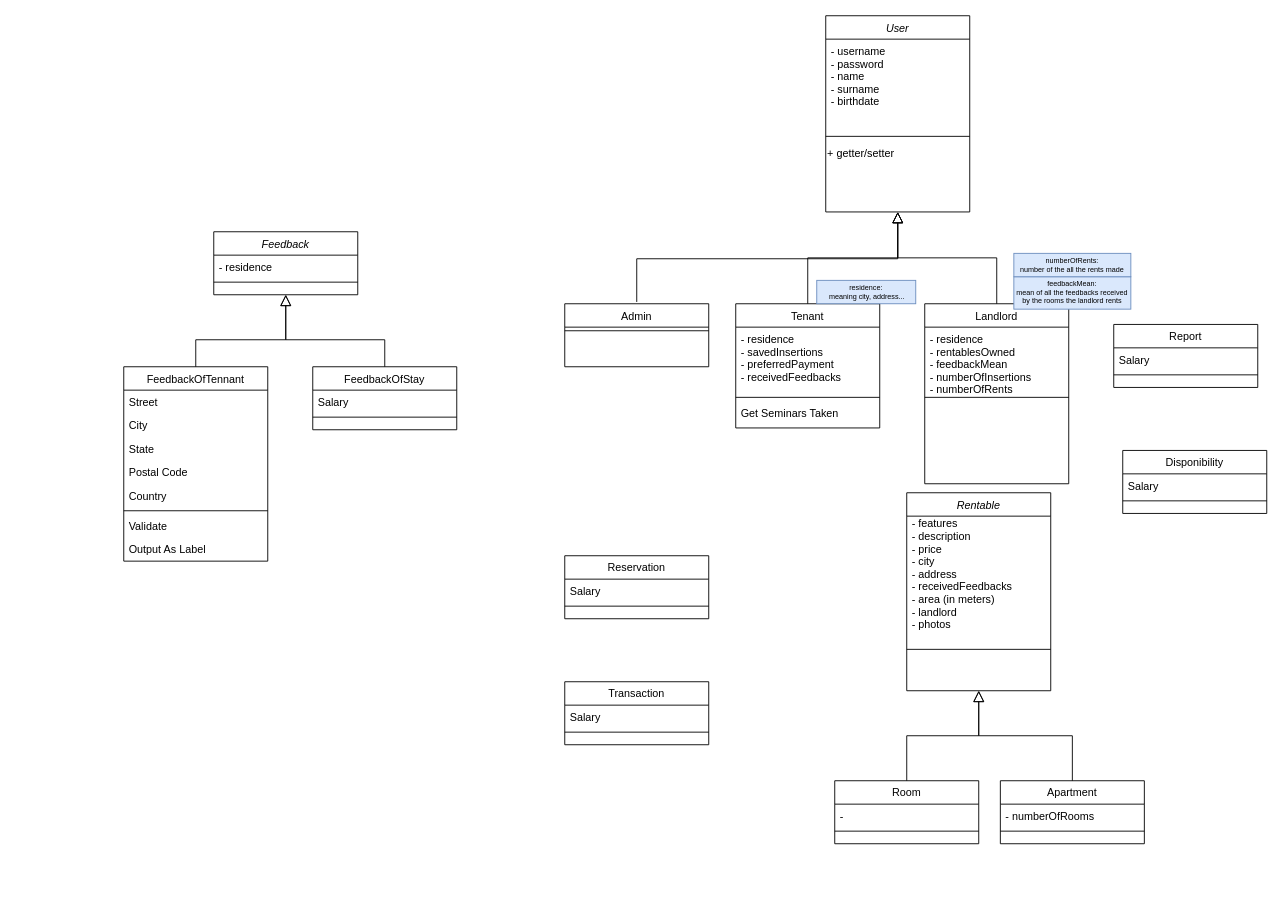
Before: class_diagram.drawio in dnbias/hroom, a draw.io diagram. Source tidied: cells renumbered, new cells numbered last; positions are measured from the earlier drawing's top-left corner, leaving out a move shared by most shapes. Both pictures are drawn from the tidied source at 90%, with x=0, y=0 at pixel (123, 15).
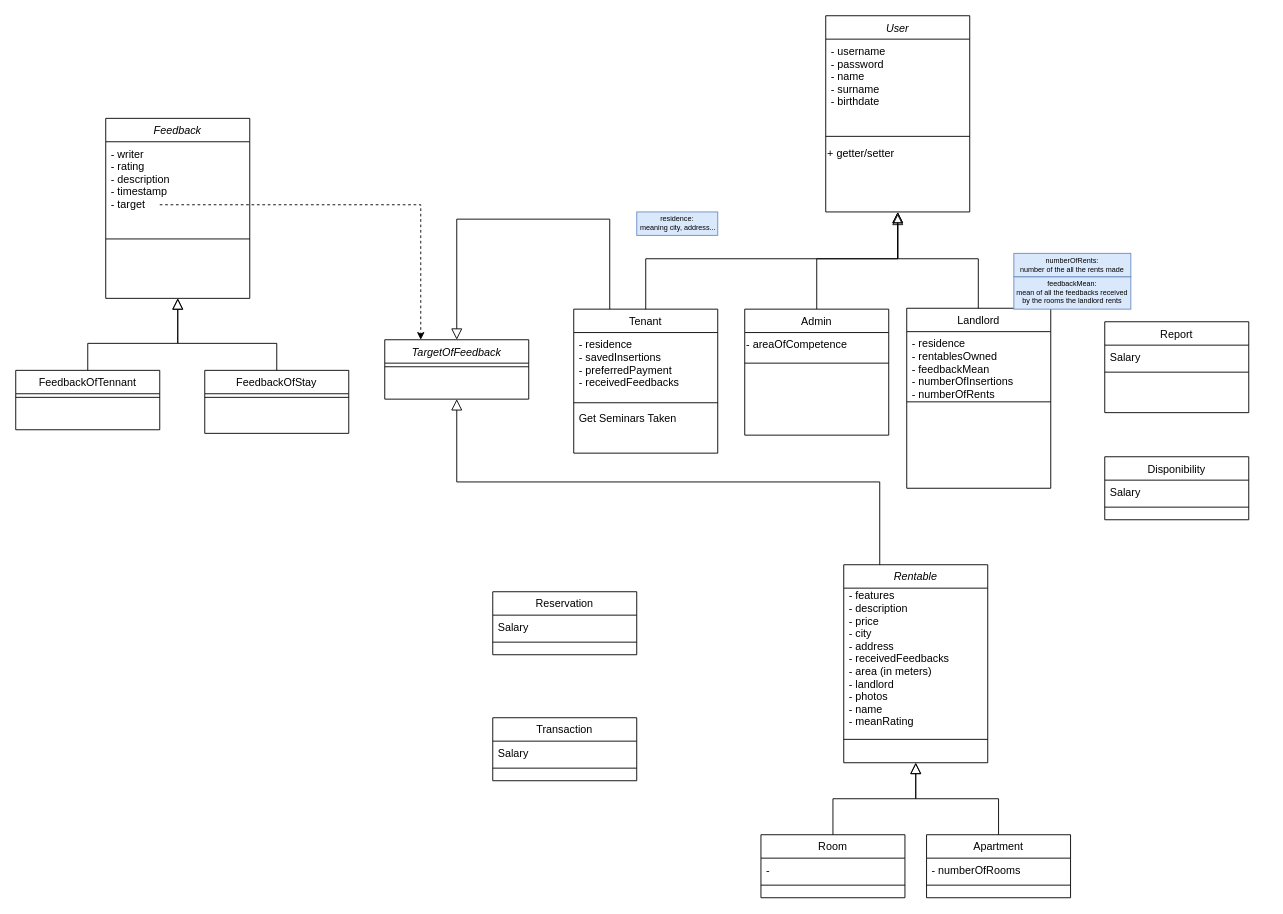
Above is the later version.

Unchanged cells that the change refers to:
```xml
<mxCell id="2" value="User" style="swimlane;fontStyle=2;align=center;verticalAlign=top;horizontal=1;startSize=26;rounded=0;shadow=0;strokeWidth=1;" parent="1" vertex="1">
  <mxGeometry x="780" width="160" height="218" as="geometry" />
</mxCell>
```

Change to the diagram source:
```diff
@@
     <mxCell id="6" value="Tenant" style="swimlane;fontStyle=0;align=center;verticalAlign=top;horizontal=1;startSize=26;rounded=0;shadow=0;strokeWidth=1;" parent="1" vertex="1">
-      <mxGeometry x="680" y="320" width="160" height="138" as="geometry" />
+      <mxGeometry x="500" y="326" width="160" height="160" as="geometry" />
     </mxCell>
@@
     <mxCell id="10" style="endArrow=block;endSize=10;endFill=0;shadow=0;strokeWidth=1;rounded=0;edgeStyle=elbowEdgeStyle;elbow=vertical;" parent="1" edge="1" source="6" target="2">
-      <mxGeometry relative="1" as="geometry" />
+      <mxGeometry relative="1" as="geometry">
+        <Array as="points">
+          <mxPoint x="720" y="270" />
+        </Array>
+      </mxGeometry>
     </mxCell>
     <mxCell id="11" value="Landlord" style="swimlane;fontStyle=0;align=center;verticalAlign=top;horizontal=1;startSize=26;rounded=0;shadow=0;strokeWidth=1;" parent="1" vertex="1">
-      <mxGeometry x="890" y="320" width="160" height="200" as="geometry" />
+      <mxGeometry x="870" y="325" width="160" height="200" as="geometry" />
     </mxCell>
@@
-    <mxCell id="14" style="endArrow=block;endSize=10;endFill=0;shadow=0;strokeWidth=1;rounded=0;edgeStyle=elbowEdgeStyle;elbow=vertical;" parent="1" edge="1" source="11" target="2">
-      <mxGeometry relative="1" as="geometry" />
+    <mxCell id="14" style="endArrow=block;endSize=10;endFill=0;shadow=0;strokeWidth=1;rounded=0;edgeStyle=elbowEdgeStyle;elbow=vertical;" parent="1" edge="1">
+      <mxGeometry relative="1" as="geometry">
+        <mxPoint x="949.5" y="325" as="sourcePoint" />
+        <mxPoint x="860" y="220" as="targetPoint" />
+        <Array as="points">
+          <mxPoint x="910" y="270" />
+        </Array>
+      </mxGeometry>
     </mxCell>
     <mxCell id="15" value="FeedbackOfTennant" style="swimlane;fontStyle=0;align=center;verticalAlign=top;horizontal=1;startSize=26;rounded=0;shadow=0;strokeWidth=1;" parent="1" vertex="1">
-      <mxGeometry y="390" width="160" height="216" as="geometry" />
+      <mxGeometry x="-120" y="394" width="160" height="66" as="geometry" />
     </mxCell>
-    <mxCell id="16" value="Street" style="text;align=left;verticalAlign=top;spacingLeft=4;spacingRight=4;overflow=hidden;" parent="15" vertex="1">
-      <mxGeometry y="26" width="160" height="26" as="geometry" />
-    </mxCell>
-    <mxCell id="17" value="City" style="text;align=left;verticalAlign=top;spacingLeft=4;spacingRight=4;overflow=hidden;rounded=0;shadow=0;html=0;" parent="15" vertex="1">
-      <mxGeometry y="52" width="160" height="26" as="geometry" />
-    </mxCell>
-    <mxCell id="18" value="State" style="text;align=left;verticalAlign=top;spacingLeft=4;spacingRight=4;overflow=hidden;rounded=0;shadow=0;html=0;" parent="15" vertex="1">
-      <mxGeometry y="78" width="160" height="26" as="geometry" />
-    </mxCell>
-    <mxCell id="19" value="Postal Code" style="text;align=left;verticalAlign=top;spacingLeft=4;spacingRight=4;overflow=hidden;rounded=0;shadow=0;html=0;" parent="15" vertex="1">
-      <mxGeometry y="104" width="160" height="26" as="geometry" />
-    </mxCell>
-    <mxCell id="20" value="Country" style="text;align=left;verticalAlign=top;spacingLeft=4;spacingRight=4;overflow=hidden;rounded=0;shadow=0;html=0;" parent="15" vertex="1">
-      <mxGeometry y="130" width="160" height="26" as="geometry" />
-    </mxCell>
     <mxCell id="21" style="line;html=1;strokeWidth=1;align=left;verticalAlign=middle;spacingTop=-1;spacingLeft=3;spacingRight=3;labelPosition=right;" parent="15" vertex="1">
-      <mxGeometry y="156" width="160" height="8" as="geometry" />
+      <mxGeometry y="26" width="160" height="8" as="geometry" />
     </mxCell>
-    <mxCell id="22" value="Validate" style="text;align=left;verticalAlign=top;spacingLeft=4;spacingRight=4;overflow=hidden;" parent="15" vertex="1">
-      <mxGeometry y="164" width="160" height="26" as="geometry" />
-    </mxCell>
-    <mxCell id="23" value="Output As Label" style="text;align=left;verticalAlign=top;spacingLeft=4;spacingRight=4;overflow=hidden;" parent="15" vertex="1">
-      <mxGeometry y="190" width="160" height="26" as="geometry" />
-    </mxCell>
-    <mxCell id="24" value="Admin" style="swimlane;fontStyle=0;align=center;verticalAlign=top;horizontal=1;startSize=26;rounded=0;shadow=0;strokeWidth=1;" parent="1" vertex="1">
-      <mxGeometry x="490" y="320" width="160" height="70" as="geometry" />
-    </mxCell>
-    <mxCell id="25" style="line;html=1;strokeWidth=1;align=left;verticalAlign=middle;spacingTop=-1;spacingLeft=3;spacingRight=3;labelPosition=right;" parent="24" vertex="1">
-      <mxGeometry y="26" width="160" height="8" as="geometry" />
-    </mxCell>
     <mxCell id="26" value="Report" style="swimlane;fontStyle=0;align=center;verticalAlign=top;horizontal=1;startSize=26;rounded=0;shadow=0;strokeWidth=1;" parent="1" vertex="1">
-      <mxGeometry x="1100" y="343" width="160" height="70" as="geometry" />
+      <mxGeometry x="1090" y="340" width="160" height="101" as="geometry" />
     </mxCell>
@@
     <mxCell id="29" value="Disponibility" style="swimlane;fontStyle=0;align=center;verticalAlign=top;horizontal=1;startSize=26;rounded=0;shadow=0;strokeWidth=1;" parent="1" vertex="1">
-      <mxGeometry x="1110" y="483" width="160" height="70" as="geometry" />
+      <mxGeometry x="1090" y="490" width="160" height="70" as="geometry" />
     </mxCell>
@@
     <mxCell id="32" value="Rentable" style="swimlane;fontStyle=2;align=center;verticalAlign=top;horizontal=1;startSize=26;rounded=0;shadow=0;strokeWidth=1;" parent="1" vertex="1">
-      <mxGeometry x="870" y="530" width="160" height="220" as="geometry" />
+      <mxGeometry x="800" y="610" width="160" height="220" as="geometry" />
     </mxCell>
-    <mxCell id="33" value="- features&#10;- description&#10;- price&#10;- city&#10;- address&#10;- receivedFeedbacks&#10;- area (in meters)&#10;- landlord&#10;- photos&#10;&#10;&#10;" style="text;align=left;verticalAlign=middle;spacingLeft=4;spacingRight=4;overflow=hidden;labelPosition=center;verticalLabelPosition=middle;" parent="32" vertex="1">
-      <mxGeometry y="26" width="160" height="144" as="geometry" />
+    <mxCell id="33" value="- features&#10;- description&#10;- price&#10;- city&#10;- address&#10;- receivedFeedbacks&#10;- area (in meters)&#10;- landlord&#10;- photos&#10;- name&#10;- meanRating&#10;&#10;&#10;&#10;&#10;" style="text;align=left;verticalAlign=middle;spacingLeft=4;spacingRight=4;overflow=hidden;labelPosition=center;verticalLabelPosition=middle;" parent="32" vertex="1">
+      <mxGeometry y="26" width="160" height="164" as="geometry" />
     </mxCell>
     <mxCell id="34" style="line;html=1;strokeWidth=1;align=left;verticalAlign=middle;spacingTop=-1;spacingLeft=3;spacingRight=3;labelPosition=right;" parent="32" vertex="1">
-      <mxGeometry y="170" width="160" height="8" as="geometry" />
+      <mxGeometry y="190" width="160" height="8" as="geometry" />
     </mxCell>
     <mxCell id="35" value="Room" style="swimlane;fontStyle=0;align=center;verticalAlign=top;horizontal=1;startSize=26;rounded=0;shadow=0;strokeWidth=1;" parent="1" vertex="1">
-      <mxGeometry x="790" y="850" width="160" height="70" as="geometry" />
+      <mxGeometry x="708" y="910" width="160" height="70" as="geometry" />
     </mxCell>
@@
     <mxCell id="38" value="Apartment" style="swimlane;fontStyle=0;align=center;verticalAlign=top;horizontal=1;startSize=26;rounded=0;shadow=0;strokeWidth=1;" parent="1" vertex="1">
-      <mxGeometry x="974" y="850" width="160" height="70" as="geometry" />
+      <mxGeometry x="892" y="910" width="160" height="70" as="geometry" />
     </mxCell>
@@
     <mxCell id="41" value="Reservation" style="swimlane;fontStyle=0;align=center;verticalAlign=top;horizontal=1;startSize=26;rounded=0;shadow=0;strokeWidth=1;" parent="1" vertex="1">
-      <mxGeometry x="490" y="600" width="160" height="70" as="geometry" />
+      <mxGeometry x="410" y="640" width="160" height="70" as="geometry" />
     </mxCell>
@@
     <mxCell id="44" value="Transaction" style="swimlane;fontStyle=0;align=center;verticalAlign=top;horizontal=1;startSize=26;rounded=0;shadow=0;strokeWidth=1;" parent="1" vertex="1">
-      <mxGeometry x="490" y="740" width="160" height="70" as="geometry" />
+      <mxGeometry x="410" y="780" width="160" height="70" as="geometry" />
     </mxCell>
@@
     <mxCell id="47" value="FeedbackOfStay" style="swimlane;fontStyle=0;align=center;verticalAlign=top;horizontal=1;startSize=26;rounded=0;shadow=0;strokeWidth=1;" parent="1" vertex="1">
-      <mxGeometry x="210" y="390" width="160" height="70" as="geometry" />
+      <mxGeometry x="90" y="394" width="160" height="70" as="geometry" />
     </mxCell>
-    <mxCell id="48" value="Salary" style="text;align=left;verticalAlign=top;spacingLeft=4;spacingRight=4;overflow=hidden;" parent="47" vertex="1">
-      <mxGeometry y="26" width="160" height="26" as="geometry" />
-    </mxCell>
     <mxCell id="49" style="line;html=1;strokeWidth=1;align=left;verticalAlign=middle;spacingTop=-1;spacingLeft=3;spacingRight=3;labelPosition=right;" parent="47" vertex="1">
-      <mxGeometry y="52" width="160" height="8" as="geometry" />
+      <mxGeometry y="26" width="160" height="8" as="geometry" />
     </mxCell>
-    <mxCell id="50" value="&lt;div style=&quot;font-size: 8px;&quot;&gt;residence:&lt;/div&gt;&lt;div style=&quot;font-size: 8px;&quot;&gt;&amp;nbsp;meaning city, address...&lt;/div&gt;" style="text;html=1;strokeColor=#6c8ebf;fillColor=#dae8fc;align=center;verticalAlign=middle;whiteSpace=wrap;rounded=0;fontSize=8;" parent="1" vertex="1">
-      <mxGeometry x="770" y="294" width="110" height="26" as="geometry" />
-    </mxCell>
     <mxCell id="51" value="Feedback" style="swimlane;fontStyle=2;align=center;verticalAlign=top;horizontal=1;startSize=26;rounded=0;shadow=0;strokeWidth=1;" parent="1" vertex="1">
-      <mxGeometry x="100" y="240" width="160" height="70" as="geometry" />
+      <mxGeometry x="-20" y="114" width="160" height="200" as="geometry" />
     </mxCell>
-    <mxCell id="52" value="- residence" style="text;align=left;verticalAlign=top;spacingLeft=4;spacingRight=4;overflow=hidden;" parent="51" vertex="1">
-      <mxGeometry y="26" width="160" height="26" as="geometry" />
+    <mxCell id="52" value="- writer&#10;- rating&#10;- description&#10;- timestamp&#10;- target&#10;" style="text;align=left;verticalAlign=top;spacingLeft=4;spacingRight=4;overflow=hidden;" parent="51" vertex="1">
+      <mxGeometry y="26" width="160" height="104" as="geometry" />
     </mxCell>
+    <mxCell id="61" style="endArrow=block;endSize=10;endFill=0;shadow=0;strokeWidth=1;rounded=0;edgeStyle=elbowEdgeStyle;elbow=vertical;exitX=0.25;exitY=0;exitDx=0;exitDy=0;" parent="51" edge="1" source="6">
+      <mxGeometry relative="1" as="geometry">
+        <mxPoint x="390" y="246" as="targetPoint" />
+        <Array as="points">
+          <mxPoint x="170" y="112" />
+        </Array>
+      </mxGeometry>
+    </mxCell>
     <mxCell id="53" style="line;html=1;strokeWidth=1;align=left;verticalAlign=middle;spacingTop=-1;spacingLeft=3;spacingRight=3;labelPosition=right;" parent="51" vertex="1">
-      <mxGeometry y="52" width="160" height="8" as="geometry" />
+      <mxGeometry y="130" width="160" height="8" as="geometry" />
     </mxCell>
-    <mxCell id="54" style="endArrow=block;endSize=10;endFill=0;shadow=0;strokeWidth=1;rounded=0;edgeStyle=elbowEdgeStyle;elbow=vertical;exitX=0.5;exitY=0;exitDx=0;exitDy=0;" parent="1" edge="1">
+    <mxCell id="54" style="endArrow=block;endSize=10;endFill=0;shadow=0;strokeWidth=1;rounded=0;edgeStyle=elbowEdgeStyle;elbow=vertical;exitX=0.5;exitY=0;exitDx=0;exitDy=0;" parent="1" edge="1" source="24">
       <mxGeometry relative="1" as="geometry">
-        <mxPoint x="570" y="318" as="sourcePoint" />
         <mxPoint x="860" y="218" as="targetPoint" />
         <Array as="points">
-          <mxPoint x="710" y="270" />
+          <mxPoint x="820" y="270" />
         </Array>
       </mxGeometry>
     </mxCell>
     <mxCell id="55" style="endArrow=block;endSize=10;endFill=0;shadow=0;strokeWidth=1;rounded=0;edgeStyle=elbowEdgeStyle;elbow=vertical;" parent="1" edge="1">
       <mxGeometry relative="1" as="geometry">
-        <mxPoint x="290" y="390" as="sourcePoint" />
-        <mxPoint x="180" y="310" as="targetPoint" />
+        <mxPoint x="170" y="394" as="sourcePoint" />
+        <mxPoint x="60" y="314" as="targetPoint" />
         <Array as="points">
-          <mxPoint x="230" y="360" />
+          <mxPoint x="110" y="364" />
         </Array>
       </mxGeometry>
     </mxCell>
     <mxCell id="56" style="endArrow=block;endSize=10;endFill=0;shadow=0;strokeWidth=1;rounded=0;edgeStyle=elbowEdgeStyle;elbow=vertical;" parent="1" edge="1">
       <mxGeometry relative="1" as="geometry">
-        <mxPoint x="80" y="390" as="sourcePoint" />
-        <mxPoint x="180" y="310" as="targetPoint" />
+        <mxPoint x="-40" y="394" as="sourcePoint" />
+        <mxPoint x="60" y="314" as="targetPoint" />
         <Array as="points">
-          <mxPoint x="130" y="360" />
+          <mxPoint x="10" y="364" />
         </Array>
       </mxGeometry>
     </mxCell>
-    <mxCell id="57" style="endArrow=block;endSize=10;endFill=0;shadow=0;strokeWidth=1;rounded=0;edgeStyle=elbowEdgeStyle;elbow=vertical;" parent="1" edge="1">
+    <mxCell id="57" style="endArrow=block;endSize=10;endFill=0;shadow=0;strokeWidth=1;rounded=0;edgeStyle=elbowEdgeStyle;elbow=vertical;exitX=0.5;exitY=0;exitDx=0;exitDy=0;" parent="1" edge="1" source="35">
       <mxGeometry relative="1" as="geometry">
-        <mxPoint x="870" y="850" as="sourcePoint" />
-        <mxPoint x="950" y="750" as="targetPoint" />
-        <Array as="points">
-          <mxPoint x="820" y="800" />
-        </Array>
+        <mxPoint x="880" y="830" as="targetPoint" />
       </mxGeometry>
     </mxCell>
-    <mxCell id="58" style="endArrow=block;endSize=10;endFill=0;shadow=0;strokeWidth=1;rounded=0;edgeStyle=elbowEdgeStyle;elbow=vertical;exitX=0.5;exitY=0;exitDx=0;exitDy=0;" parent="1" edge="1" source="38">
-      <mxGeometry relative="1" as="geometry">
-        <mxPoint x="950" y="750" as="targetPoint" />
-        <Array as="points">
-          <mxPoint x="1000" y="800" />
-        </Array>
-      </mxGeometry>
+    <mxCell id="58" style="endArrow=block;endSize=10;endFill=0;shadow=0;strokeWidth=1;rounded=0;edgeStyle=elbowEdgeStyle;elbow=vertical;exitX=0.5;exitY=0;exitDx=0;exitDy=0;entryX=0.5;entryY=1;entryDx=0;entryDy=0;" parent="1" edge="1" source="38" target="32">
+      <mxGeometry relative="1" as="geometry" />
     </mxCell>
@@
+    <mxCell id="62" value="TargetOfFeedback" style="swimlane;fontStyle=2;align=center;verticalAlign=top;horizontal=1;startSize=26;rounded=0;shadow=0;strokeWidth=1;" parent="1" vertex="1">
+      <mxGeometry x="290" y="360" width="160" height="66" as="geometry" />
+    </mxCell>
+    <mxCell id="63" style="line;html=1;strokeWidth=1;align=left;verticalAlign=middle;spacingTop=-1;spacingLeft=3;spacingRight=3;labelPosition=right;" parent="62" vertex="1">
+      <mxGeometry y="26" width="160" height="8" as="geometry" />
+    </mxCell>
+    <mxCell id="64" value="&#10;" style="text;align=left;verticalAlign=top;spacingLeft=4;spacingRight=4;overflow=hidden;" parent="62" vertex="1">
+      <mxGeometry y="34" width="160" height="26" as="geometry" />
+    </mxCell>
+    <mxCell id="65" style="endArrow=block;endSize=10;endFill=0;shadow=0;strokeWidth=1;rounded=0;edgeStyle=elbowEdgeStyle;elbow=vertical;exitX=0.25;exitY=0;exitDx=0;exitDy=0;entryX=0.5;entryY=1;entryDx=0;entryDy=0;" parent="1" edge="1" source="32" target="62">
+      <mxGeometry relative="1" as="geometry" />
+    </mxCell>
+    <mxCell id="24" value="Admin" style="swimlane;fontStyle=0;align=center;verticalAlign=top;horizontal=1;startSize=26;rounded=0;shadow=0;strokeWidth=1;" parent="1" vertex="1">
+      <mxGeometry x="690" y="326" width="160" height="140" as="geometry" />
+    </mxCell>
+    <mxCell id="66" value="- areaOfCompetence" style="text;html=1;align=left;verticalAlign=top;strokeColor=none;fillColor=none;" parent="24" vertex="1">
+      <mxGeometry y="26" width="160" height="30" as="geometry" />
+    </mxCell>
+    <mxCell id="25" style="line;html=1;strokeWidth=1;align=left;verticalAlign=middle;spacingTop=-1;spacingLeft=3;spacingRight=3;labelPosition=right;" parent="24" vertex="1">
+      <mxGeometry y="56" width="160" height="8" as="geometry" />
+    </mxCell>
+    <mxCell id="50" value="&lt;div style=&quot;font-size: 8px;&quot;&gt;residence:&lt;/div&gt;&lt;div style=&quot;font-size: 8px;&quot;&gt;&amp;nbsp;meaning city, address...&lt;/div&gt;" style="text;html=1;strokeColor=#6c8ebf;fillColor=#dae8fc;align=center;verticalAlign=middle;whiteSpace=wrap;rounded=0;fontSize=8;" parent="1" vertex="1">
+      <mxGeometry x="570" y="218" width="90" height="26" as="geometry" />
+    </mxCell>
+    <mxCell id="67" style="endArrow=classic;html=1;rounded=0;entryX=0.25;entryY=0;entryDx=0;entryDy=0;dashed=1;" parent="1" edge="1" target="62">
+      <mxGeometry relative="1" as="geometry">
+        <mxPoint x="40" y="210" as="sourcePoint" />
+        <Array as="points">
+          <mxPoint x="330" y="210" />
+        </Array>
+      </mxGeometry>
+    </mxCell>
```
